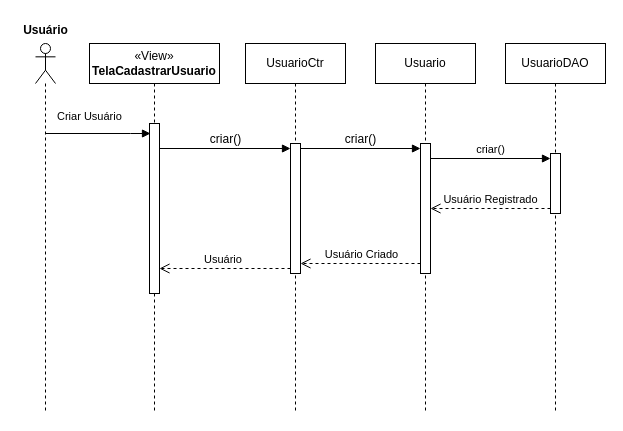
Above: Documentação/Diagramas/Diagramas de Sequencia/Diagrama de Sequencia Cadastrar Usuário.drawio in frsouzaa/Documentacao-TCC-NossaVia (draw.io), before the change. Source tidied: cells renumbered, new cells numbered last; positions are measured from the earlier drawing's top-left corner, leaving out a move shared by most shapes. Both pictures are drawn from the tidied source at 100%, with x=0, y=0 at pixel (17, 17).
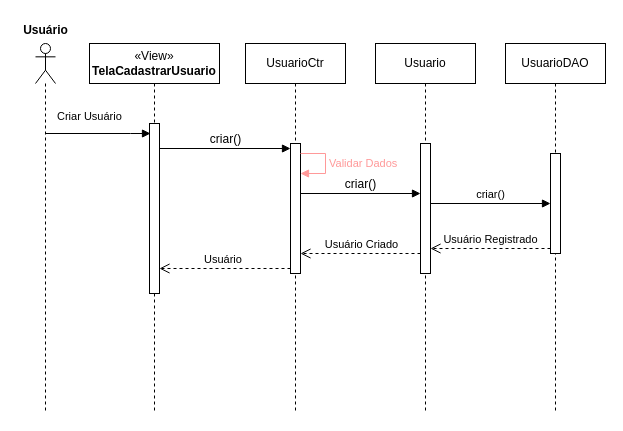
After the change.

Commit message:
Validação de dados Diagrama de Sequencia Cadastrar Usuário.drawio

The change refers to these unchanged cells:
```xml
<mxCell id="6" style="html=1;points=[[0,0,0,0,5],[0,1,0,0,-5],[1,0,0,0,5],[1,1,0,0,-5]];perimeter=orthogonalPerimeter;outlineConnect=0;targetShapes=umlLifeline;portConstraint=eastwest;newEdgeStyle={&quot;curved&quot;:0,&quot;rounded&quot;:0};" parent="5" vertex="1">
  <mxGeometry x="45" y="100" width="10" height="130" as="geometry" />
</mxCell>
<mxCell id="7" value="UsuarioDAO" style="shape=umlLifeline;perimeter=lifelinePerimeter;whiteSpace=wrap;html=1;newEdgeStyle={&quot;curved&quot;:0,&quot;rounded&quot;:0};" parent="1" vertex="1">
  <mxGeometry x="488" y="26" width="100" height="370" as="geometry" />
</mxCell>
<mxCell id="9" value="&lt;span style=&quot;text-wrap: nowrap;&quot;&gt;UsuarioCtr&lt;/span&gt;" style="shape=umlLifeline;perimeter=lifelinePerimeter;whiteSpace=wrap;html=1;newEdgeStyle={&quot;curved&quot;:0,&quot;rounded&quot;:0};" parent="1" vertex="1">
  <mxGeometry x="228" y="26" width="100" height="370" as="geometry" />
</mxCell>
<mxCell id="10" style="html=1;points=[[0,0,0,0,5],[0,1,0,0,-5],[1,0,0,0,5],[1,1,0,0,-5]];perimeter=orthogonalPerimeter;outlineConnect=0;targetShapes=umlLifeline;portConstraint=eastwest;newEdgeStyle={&quot;curved&quot;:0,&quot;rounded&quot;:0};" parent="9" vertex="1">
  <mxGeometry x="45" y="100" width="10" height="130" as="geometry" />
</mxCell>
```

Diff of the diagram source:
```diff
@@
     <mxCell id="8" style="html=1;points=[[0,0,0,0,5],[0,1,0,0,-5],[1,0,0,0,5],[1,1,0,0,-5]];perimeter=orthogonalPerimeter;outlineConnect=0;targetShapes=umlLifeline;portConstraint=eastwest;newEdgeStyle={&quot;curved&quot;:0,&quot;rounded&quot;:0};" parent="7" vertex="1">
-      <mxGeometry x="45" y="110" width="10" height="60" as="geometry" />
+      <mxGeometry x="45" y="110" width="10" height="100" as="geometry" />
     </mxCell>
@@
+    <mxCell id="19" value="&lt;font color=&quot;#ff9999&quot;&gt;Validar Dados&lt;/font&gt;" style="html=1;align=left;spacingLeft=2;endArrow=block;rounded=0;edgeStyle=orthogonalEdgeStyle;curved=0;rounded=0;strokeColor=#FF9999;" parent="9" edge="1" source="10">
+      <mxGeometry relative="1" as="geometry">
+        <mxPoint x="55" y="130" as="targetPoint" />
+        <Array as="points">
+          <mxPoint x="80" y="110" />
+          <mxPoint x="80" y="130" />
+        </Array>
+      </mxGeometry>
+    </mxCell>
@@
-    <mxCell id="13" value="&lt;span style=&quot;font-size: 12px; text-align: left;&quot;&gt;criar()&lt;/span&gt;" style="html=1;verticalAlign=bottom;endArrow=block;curved=0;rounded=0;exitX=1;exitY=0;exitDx=0;exitDy=5;exitPerimeter=0;entryX=0;entryY=0;entryDx=0;entryDy=5;entryPerimeter=0;" parent="1" edge="1" source="10" target="6">
-      <mxGeometry relative="1" as="geometry" />
+    <mxCell id="13" value="&lt;span style=&quot;font-size: 12px; text-align: left;&quot;&gt;criar()&lt;/span&gt;" style="html=1;verticalAlign=bottom;endArrow=block;curved=0;rounded=0;exitX=1;exitY=0;exitDx=0;exitDy=5;exitPerimeter=0;entryX=0;entryY=0;entryDx=0;entryDy=5;entryPerimeter=0;" parent="1" edge="1">
+      <mxGeometry relative="1" as="geometry">
+        <mxPoint x="283" y="176" as="sourcePoint" />
+        <mxPoint x="403" y="176" as="targetPoint" />
+      </mxGeometry>
     </mxCell>
-    <mxCell id="14" value="criar()" style="html=1;verticalAlign=bottom;endArrow=block;curved=0;rounded=0;entryX=0;entryY=0;entryDx=0;entryDy=5;" parent="1" edge="1" source="6" target="8">
-      <mxGeometry relative="1" as="geometry" />
+    <mxCell id="14" value="criar()" style="html=1;verticalAlign=bottom;endArrow=block;curved=0;rounded=0;entryX=0;entryY=0;entryDx=0;entryDy=5;" parent="1" edge="1">
+      <mxGeometry relative="1" as="geometry">
+        <mxPoint x="413" y="186" as="sourcePoint" />
+        <mxPoint x="533" y="186" as="targetPoint" />
+      </mxGeometry>
     </mxCell>
@@
     <mxCell id="16" value="Usuário&amp;nbsp;Criado" style="html=1;verticalAlign=bottom;endArrow=open;dashed=1;endSize=8;curved=0;rounded=0;exitX=0;exitY=1;exitDx=0;exitDy=-5;" parent="1" edge="1">
       <mxGeometry x="-0.01" relative="1" as="geometry">
-        <mxPoint x="403" y="246" as="sourcePoint" />
-        <mxPoint x="283" y="246" as="targetPoint" />
+        <mxPoint x="403" y="236" as="sourcePoint" />
+        <mxPoint x="283" y="236" as="targetPoint" />
         <Array as="points">
-          <mxPoint x="343" y="246" />
+          <mxPoint x="343" y="236" />
         </Array>
       </mxGeometry>
     </mxCell>
```
